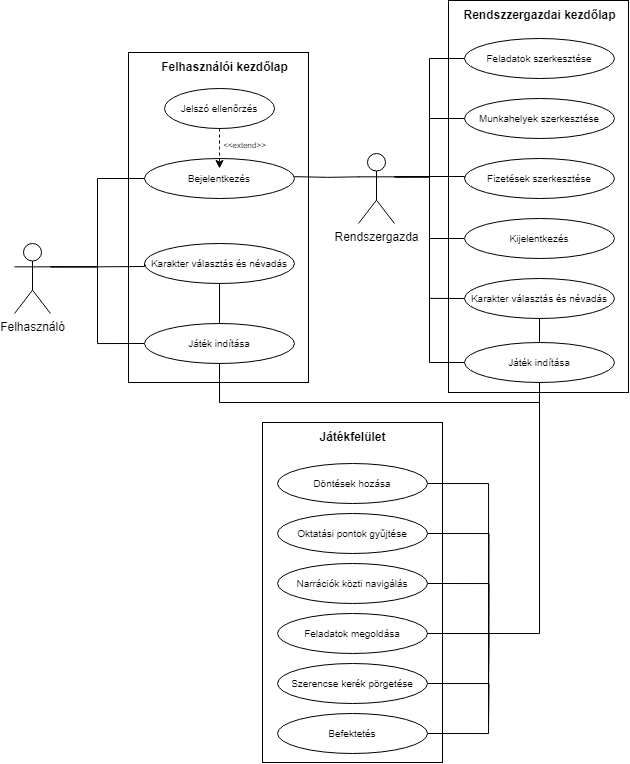
juhasznellee/szakdoga keeps this draw.io diagram as images/56_eset_diagram.png. Above is the earlier version. Source tidied: cells renumbered, new cells last; positions are measured from the earlier drawing's top-left corner, leaving out a move shared by most shapes.
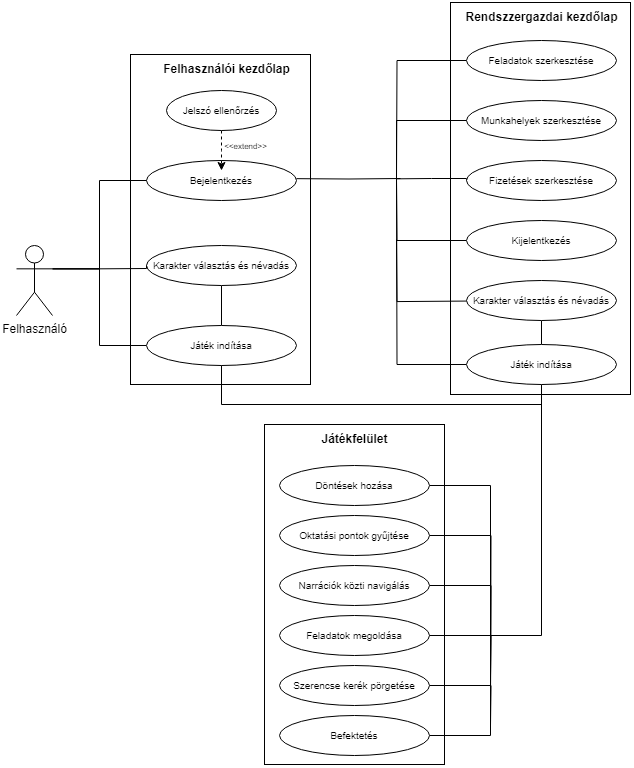
Later version of the same file.

Commit message:
Doksi módosítása

Diff of the diagram source:
```diff
@@ -23,8 +23,9 @@
     <mxCell id="8" value="&lt;font style=&quot;font-size: 10px;&quot;&gt;Munkahelyek szerkesztése&lt;/font&gt;" style="ellipse;whiteSpace=wrap;html=1;" parent="1" vertex="1">
       <mxGeometry x="450" y="98" width="150" height="40" as="geometry" />
     </mxCell>
-    <mxCell id="9" style="edgeStyle=orthogonalEdgeStyle;rounded=0;jettySize=auto;html=1;exitX=0;exitY=0.5;exitDx=0;exitDy=0;entryX=1;entryY=0.3333333333333333;entryDx=0;entryDy=0;entryPerimeter=0;endArrow=none;endFill=0;" parent="1" edge="1" source="10" target="15">
+    <mxCell id="9" style="edgeStyle=orthogonalEdgeStyle;rounded=0;jettySize=auto;html=1;exitX=0;exitY=0.5;exitDx=0;exitDy=0;entryX=1;entryY=0.3333333333333333;entryDx=0;entryDy=0;entryPerimeter=0;endArrow=none;endFill=0;" parent="1" edge="1" source="10">
       <mxGeometry relative="1" as="geometry">
+        <mxPoint x="380" y="176.3" as="targetPoint" />
         <Array as="points">
           <mxPoint x="450" y="176" />
           <mxPoint x="415" y="176" />
@@ -34,30 +35,28 @@
     <mxCell id="10" value="&lt;font style=&quot;font-size: 10px;&quot;&gt;Fizetések szerkesztése&lt;/font&gt;" style="ellipse;whiteSpace=wrap;html=1;" parent="1" vertex="1">
       <mxGeometry x="450" y="158" width="150" height="40" as="geometry" />
     </mxCell>
-    <mxCell id="11" style="edgeStyle=orthogonalEdgeStyle;rounded=0;jettySize=auto;html=1;exitX=0;exitY=0.5;exitDx=0;exitDy=0;endArrow=none;endFill=0;entryX=1;entryY=0.3333333333333333;entryDx=0;entryDy=0;entryPerimeter=0;" parent="1" edge="1" source="12" target="15">
-      <mxGeometry relative="1" as="geometry" />
+    <mxCell id="11" style="edgeStyle=orthogonalEdgeStyle;rounded=0;jettySize=auto;html=1;exitX=0;exitY=0.5;exitDx=0;exitDy=0;endArrow=none;endFill=0;entryX=1;entryY=0.3333333333333333;entryDx=0;entryDy=0;entryPerimeter=0;" parent="1" edge="1" source="12">
+      <mxGeometry relative="1" as="geometry">
+        <mxPoint x="380" y="176.3" as="targetPoint" />
+      </mxGeometry>
     </mxCell>
     <mxCell id="12" value="&lt;font style=&quot;font-size: 10px;&quot;&gt;Feladatok szerkesztése&lt;/font&gt;" style="ellipse;whiteSpace=wrap;html=1;" parent="1" vertex="1">
       <mxGeometry x="450" y="38" width="150" height="40" as="geometry" />
     </mxCell>
-    <mxCell id="13" style="edgeStyle=orthogonalEdgeStyle;rounded=0;jettySize=auto;html=1;exitX=1;exitY=0.3333333333333333;exitDx=0;exitDy=0;exitPerimeter=0;endArrow=none;endFill=0;entryX=0;entryY=0.5;entryDx=0;entryDy=0;" parent="1" edge="1" source="15" target="8">
+    <mxCell id="13" style="edgeStyle=orthogonalEdgeStyle;rounded=0;jettySize=auto;html=1;endArrow=none;endFill=0;entryX=0;entryY=0.5;entryDx=0;entryDy=0;" parent="1" edge="1" target="8">
       <mxGeometry relative="1" as="geometry">
+        <mxPoint x="380" y="176" as="sourcePoint" />
         <Array as="points">
-          <mxPoint x="415" y="176" />
-          <mxPoint x="415" y="118" />
-          <mxPoint x="450" y="118" />
+          <mxPoint x="380" y="118" />
         </Array>
       </mxGeometry>
     </mxCell>
-    <mxCell id="14" style="edgeStyle=orthogonalEdgeStyle;rounded=0;orthogonalLoop=1;jettySize=auto;html=1;exitX=0;exitY=0.3333333333333333;exitDx=0;exitDy=0;exitPerimeter=0;entryX=0.993;entryY=0.454;entryDx=0;entryDy=0;entryPerimeter=0;endArrow=none;endFill=0;" parent="1" edge="1">
+    <mxCell id="14" style="edgeStyle=orthogonalEdgeStyle;rounded=0;orthogonalLoop=1;jettySize=auto;html=1;entryX=0.993;entryY=0.454;entryDx=0;entryDy=0;entryPerimeter=0;endArrow=none;endFill=0;" parent="1" edge="1">
       <mxGeometry relative="1" as="geometry">
-        <mxPoint x="345" y="176.3" as="sourcePoint" />
+        <mxPoint x="384" y="176" as="sourcePoint" />
         <mxPoint x="280" y="176.2" as="targetPoint" />
       </mxGeometry>
     </mxCell>
-    <mxCell id="15" value="Rendszergazda" style="shape=umlActor;verticalLabelPosition=bottom;verticalAlign=top;html=1;outlineConnect=0;" parent="1" vertex="1">
-      <mxGeometry x="344" y="153" width="36" height="70" as="geometry" />
-    </mxCell>
     <mxCell id="16" style="edgeStyle=orthogonalEdgeStyle;rounded=0;jettySize=auto;html=1;exitX=1;exitY=0.3333333333333333;exitDx=0;exitDy=0;exitPerimeter=0;entryX=0;entryY=0.5;entryDx=0;entryDy=0;endArrow=none;endFill=0;" parent="1" edge="1" source="18" target="2">
       <mxGeometry relative="1" as="geometry" />
     </mxCell>
@@ -89,8 +88,10 @@
         <mxPoint x="-1" y="-10" as="offset" />
       </mxGeometry>
     </mxCell>
-    <mxCell id="22" style="edgeStyle=orthogonalEdgeStyle;rounded=0;jettySize=auto;html=1;exitX=0;exitY=0.5;exitDx=0;exitDy=0;entryX=1;entryY=0.3333333333333333;entryDx=0;entryDy=0;entryPerimeter=0;endArrow=none;endFill=0;" parent="1" edge="1" source="23" target="15">
-      <mxGeometry relative="1" as="geometry" />
+    <mxCell id="22" style="edgeStyle=orthogonalEdgeStyle;rounded=0;jettySize=auto;html=1;exitX=0;exitY=0.5;exitDx=0;exitDy=0;entryX=1;entryY=0.3333333333333333;entryDx=0;entryDy=0;entryPerimeter=0;endArrow=none;endFill=0;" parent="1" edge="1" source="23">
+      <mxGeometry relative="1" as="geometry">
+        <mxPoint x="380" y="176.3" as="targetPoint" />
+      </mxGeometry>
     </mxCell>
     <mxCell id="23" value="&lt;font style=&quot;font-size: 10px;&quot;&gt;Kijelentkezés&lt;/font&gt;" style="ellipse;whiteSpace=wrap;html=1;" parent="1" vertex="1">
       <mxGeometry x="450" y="218" width="150" height="40" as="geometry" />
@@ -101,8 +102,10 @@
     <mxCell id="25" value="&lt;font style=&quot;font-size: 10px;&quot;&gt;Karakter választás és névadás&lt;/font&gt;" style="ellipse;whiteSpace=wrap;html=1;" parent="1" vertex="1">
       <mxGeometry x="450" y="278" width="150" height="40" as="geometry" />
     </mxCell>
-    <mxCell id="26" style="edgeStyle=orthogonalEdgeStyle;rounded=0;jettySize=auto;html=1;exitX=0;exitY=0.5;exitDx=0;exitDy=0;entryX=1;entryY=0.3333333333333333;entryDx=0;entryDy=0;entryPerimeter=0;endArrow=none;endFill=0;" parent="1" edge="1" source="29" target="15">
-      <mxGeometry relative="1" as="geometry" />
+    <mxCell id="26" style="edgeStyle=orthogonalEdgeStyle;rounded=0;jettySize=auto;html=1;exitX=0;exitY=0.5;exitDx=0;exitDy=0;entryX=1;entryY=0.3333333333333333;entryDx=0;entryDy=0;entryPerimeter=0;endArrow=none;endFill=0;" parent="1" edge="1" source="29">
+      <mxGeometry relative="1" as="geometry">
+        <mxPoint x="380" y="176.3" as="targetPoint" />
+      </mxGeometry>
     </mxCell>
     <mxCell id="27" style="edgeStyle=orthogonalEdgeStyle;rounded=0;jettySize=auto;html=1;exitX=0.5;exitY=1;exitDx=0;exitDy=0;entryX=1;entryY=0.5;entryDx=0;entryDy=0;endArrow=none;endFill=0;" parent="1" edge="1" source="29" target="41">
       <mxGeometry relative="1" as="geometry" />
@@ -118,12 +121,6 @@
     <mxCell id="29" value="&lt;font style=&quot;font-size: 10px;&quot;&gt;Játék indítása&lt;/font&gt;" style="ellipse;whiteSpace=wrap;html=1;" parent="1" vertex="1">
       <mxGeometry x="450" y="342" width="150" height="40" as="geometry" />
     </mxCell>
-    <mxCell id="30" style="endArrow=none;html=1;rounded=0;" parent="1" edge="1">
-      <mxGeometry relative="1" as="geometry">
-        <mxPoint x="415" y="297.9" as="sourcePoint" />
-        <mxPoint x="450" y="298" as="targetPoint" />
-      </mxGeometry>
-    </mxCell>
     <mxCell id="31" value="&lt;b&gt;Rendszzergazdai kezdőlap&lt;/b&gt;" style="text;html=1;align=center;verticalAlign=middle;strokeColor=none;fillColor=none;" parent="1" vertex="1">
       <mxGeometry x="435" width="180" height="30" as="geometry" />
     </mxCell>
@@ -188,5 +185,11 @@
     <mxCell id="47" style="rounded=0;whiteSpace=wrap;html=1;fillColor=none;" parent="1" vertex="1">
       <mxGeometry x="248" y="422" width="180" height="340" as="geometry" />
     </mxCell>
+    <mxCell id="48" style="edgeStyle=orthogonalEdgeStyle;rounded=0;orthogonalLoop=1;jettySize=auto;html=1;exitX=0;exitY=0.5;exitDx=0;exitDy=0;entryX=1;entryY=0.3333333333333333;entryDx=0;entryDy=0;entryPerimeter=0;endArrow=none;endFill=0;" parent="1" edge="1">
+      <mxGeometry relative="1" as="geometry">
+        <mxPoint x="450" y="298.6" as="sourcePoint" />
+        <mxPoint x="380" y="236.9" as="targetPoint" />
+      </mxGeometry>
+    </mxCell>
   </root>
 </mxGraphModel>
```
